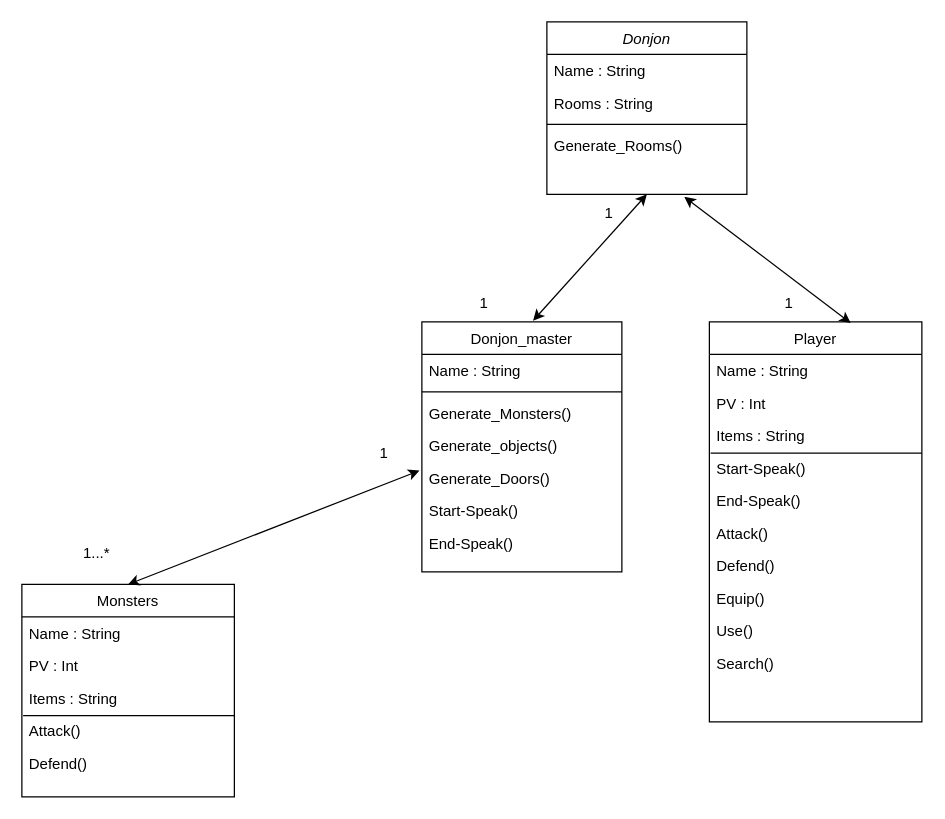
Before: Diagramme de classe.drawio in Longuevville/DonjonQuest, a draw.io diagram. Source tidied: cells renumbered, new cells numbered last; positions are measured from the earlier drawing's top-left corner, leaving out a move shared by most shapes. Both pictures are drawn from the tidied source at 125%, with x=0, y=0 at pixel (21, 21).
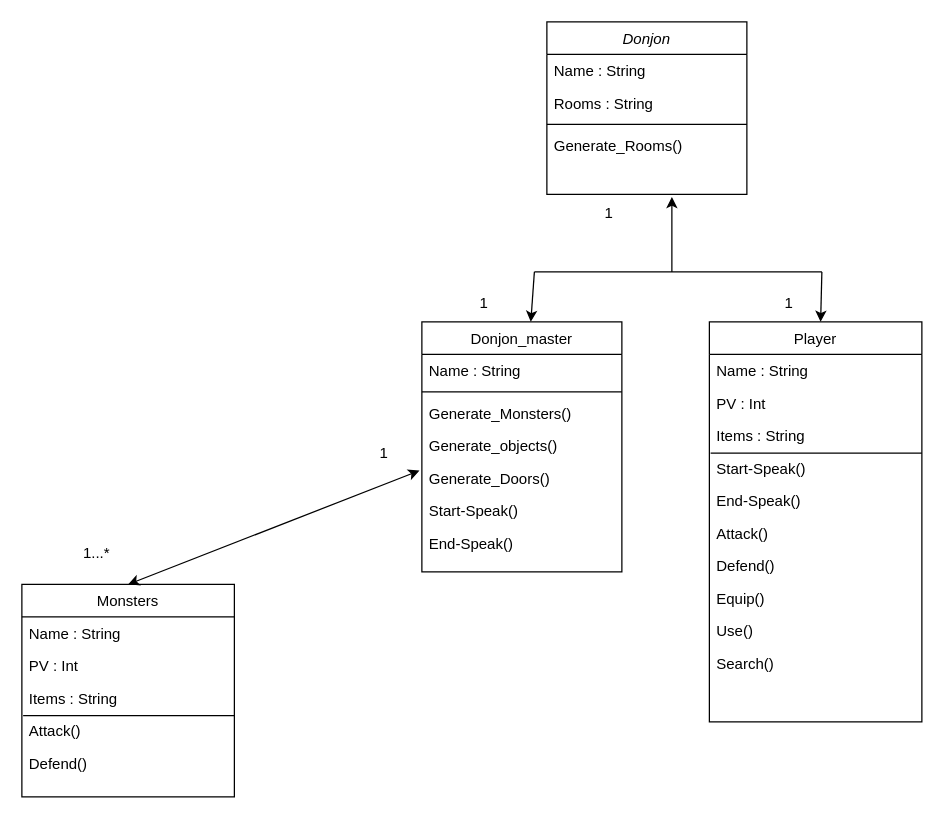
The same diagram, later.

The change refers to these unchanged cells:
```xml
<mxCell id="2" value="Donjon" style="swimlane;fontStyle=2;align=center;verticalAlign=top;horizontal=1;startSize=26;rounded=0;shadow=0;strokeWidth=1;" parent="1" vertex="1">
  <mxGeometry x="420" width="160" height="138" as="geometry" />
</mxCell>
<mxCell id="7" value="Donjon_master" style="swimlane;fontStyle=0;align=center;verticalAlign=top;horizontal=1;startSize=26;rounded=0;shadow=0;strokeWidth=1;" parent="1" vertex="1">
  <mxGeometry x="320" y="240" width="160" height="200" as="geometry" />
</mxCell>
<mxCell id="15" value="Player" style="swimlane;fontStyle=0;align=center;verticalAlign=top;horizontal=1;startSize=26;rounded=0;shadow=0;strokeWidth=1;" parent="1" vertex="1">
  <mxGeometry x="550" y="240" width="170" height="320" as="geometry" />
</mxCell>
```

What changed in the source:
```diff
@@
-    <mxCell id="40" style="endArrow=classic;startArrow=classic;html=1;rounded=0;exitX=0.556;exitY=-0.005;exitDx=0;exitDy=0;exitPerimeter=0;entryX=0.5;entryY=1;entryDx=0;entryDy=0;" parent="1" edge="1" source="7" target="2">
-      <mxGeometry relative="1" as="geometry" />
-    </mxCell>
-    <mxCell id="41" style="endArrow=classic;startArrow=classic;html=1;rounded=0;exitX=0.665;exitY=0.003;exitDx=0;exitDy=0;exitPerimeter=0;" parent="1" edge="1" source="15">
-      <mxGeometry relative="1" as="geometry">
-        <mxPoint x="530" y="140" as="targetPoint" />
-      </mxGeometry>
-    </mxCell>
+    <mxCell id="42" style="endArrow=classic;html=1;rounded=0;" parent="1" edge="1" target="7">
+      <mxGeometry relative="1" as="geometry">
+        <mxPoint x="410" y="200" as="sourcePoint" />
+      </mxGeometry>
+    </mxCell>
+    <mxCell id="43" style="endArrow=classic;html=1;rounded=0;" parent="1" edge="1" target="15">
+      <mxGeometry relative="1" as="geometry">
+        <mxPoint x="640" y="200" as="sourcePoint" />
+      </mxGeometry>
+    </mxCell>
+    <mxCell id="44" style="endArrow=none;html=1;rounded=0;" parent="1" edge="1">
+      <mxGeometry relative="1" as="geometry">
+        <mxPoint x="410" y="200" as="sourcePoint" />
+        <mxPoint x="640" y="200" as="targetPoint" />
+      </mxGeometry>
+    </mxCell>
+    <mxCell id="45" style="endArrow=classic;html=1;rounded=0;" parent="1" edge="1">
+      <mxGeometry relative="1" as="geometry">
+        <mxPoint x="520" y="200" as="sourcePoint" />
+        <mxPoint x="520" y="140" as="targetPoint" />
+      </mxGeometry>
+    </mxCell>
```
